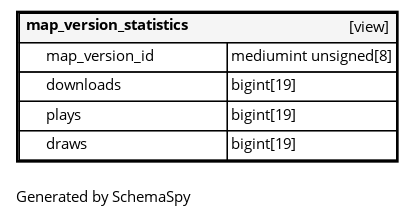
ta-forever/db keeps this Graphviz diagram as diagrams/tables/map_version_statistics.1degree.png. Above is the earlier version. Its source is kept beside it as diagrams/tables/map_version_statistics.1degree.dot.
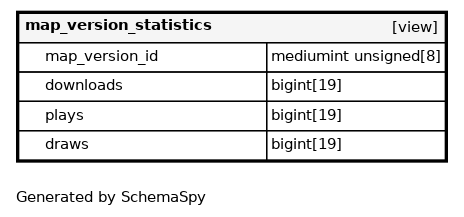
Later version of the same file.

Diff of the diagram source:
```diff
@@ -1,13 +1,13 @@
 digraph "oneDegreeRelationshipsDiagram" {
-  graph [    rankdir="RL"    bgcolor="#ffffff"    label="\nGenerated by SchemaSpy"    labeljust="l"    nodesep="0.18"    ranksep="0.46"    fontname="Helvetica"    fontsize="11"    ration="compress"  ];  node [    fontname="Helvetica"    fontsize="11"    shape="plaintext"  ];  edge [    arrowsize="0.8"  ];
+  graph [    rankdir="RL"    bgcolor="#ffffff"    label="\nGenerated by SchemaSpy"    labeljust="l"    nodesep="0.18"    ranksep="0.46"    fontname="Helvetica"    fontsize="11"    packmode="graph"  ];  node [    fontname="Helvetica"    fontsize="11"    shape="plaintext"  ];  edge [    arrowsize="0.8"  ];
   "map_version_statistics" [
    label=<
     <TABLE BORDER="2" CELLBORDER="1" CELLSPACING="0" BGCOLOR="#ffffff">
-      <TR><TD COLSPAN="4"  BGCOLOR="#f5f5f5"><TABLE BORDER="0" CELLSPACING="0"><TR><TD ALIGN="LEFT" FIXEDSIZE="TRUE" WIDTH="135" HEIGHT="16"><B>map_version_statistics</B></TD><TD ALIGN="RIGHT">[view]</TD></TR></TABLE></TD></TR>
-      <TR><TD PORT="map_version_id" COLSPAN="2" ALIGN="LEFT"><TABLE BORDER="0" CELLSPACING="0" ALIGN="LEFT"><TR ALIGN="LEFT"><TD ALIGN="LEFT" FIXEDSIZE="TRUE" WIDTH="15" HEIGHT="16"></TD><TD ALIGN="LEFT" FIXEDSIZE="TRUE" WIDTH="135" HEIGHT="16">map_version_id</TD></TR></TABLE></TD><TD PORT="map_version_id.type" ALIGN="LEFT">mediumint unsigned[8]</TD></TR>
-      <TR><TD PORT="downloads" COLSPAN="2" ALIGN="LEFT"><TABLE BORDER="0" CELLSPACING="0" ALIGN="LEFT"><TR ALIGN="LEFT"><TD ALIGN="LEFT" FIXEDSIZE="TRUE" WIDTH="15" HEIGHT="16"></TD><TD ALIGN="LEFT" FIXEDSIZE="TRUE" WIDTH="135" HEIGHT="16">downloads</TD></TR></TABLE></TD><TD PORT="downloads.type" ALIGN="LEFT">bigint[19]</TD></TR>
-      <TR><TD PORT="plays" COLSPAN="2" ALIGN="LEFT"><TABLE BORDER="0" CELLSPACING="0" ALIGN="LEFT"><TR ALIGN="LEFT"><TD ALIGN="LEFT" FIXEDSIZE="TRUE" WIDTH="15" HEIGHT="16"></TD><TD ALIGN="LEFT" FIXEDSIZE="TRUE" WIDTH="135" HEIGHT="16">plays</TD></TR></TABLE></TD><TD PORT="plays.type" ALIGN="LEFT">bigint[19]</TD></TR>
-      <TR><TD PORT="draws" COLSPAN="2" ALIGN="LEFT"><TABLE BORDER="0" CELLSPACING="0" ALIGN="LEFT"><TR ALIGN="LEFT"><TD ALIGN="LEFT" FIXEDSIZE="TRUE" WIDTH="15" HEIGHT="16"></TD><TD ALIGN="LEFT" FIXEDSIZE="TRUE" WIDTH="135" HEIGHT="16">draws</TD></TR></TABLE></TD><TD PORT="draws.type" ALIGN="LEFT">bigint[19]</TD></TR>
+      <TR><TD COLSPAN="4"  BGCOLOR="#f5f5f5"><TABLE BORDER="0" CELLSPACING="0"><TR><TD ALIGN="LEFT" FIXEDSIZE="TRUE" WIDTH="165" HEIGHT="16"><B>map_version_statistics</B></TD><TD ALIGN="RIGHT">[view]</TD></TR></TABLE></TD></TR>
+      <TR><TD PORT="map_version_id" COLSPAN="2" ALIGN="LEFT"><TABLE BORDER="0" CELLSPACING="0" ALIGN="LEFT"><TR ALIGN="LEFT"><TD ALIGN="LEFT" FIXEDSIZE="TRUE" WIDTH="15" HEIGHT="16"></TD><TD ALIGN="LEFT" FIXEDSIZE="TRUE" WIDTH="165" HEIGHT="16">map_version_id</TD></TR></TABLE></TD><TD PORT="map_version_id.type" ALIGN="LEFT">mediumint unsigned[8]</TD></TR>
+      <TR><TD PORT="downloads" COLSPAN="2" ALIGN="LEFT"><TABLE BORDER="0" CELLSPACING="0" ALIGN="LEFT"><TR ALIGN="LEFT"><TD ALIGN="LEFT" FIXEDSIZE="TRUE" WIDTH="15" HEIGHT="16"></TD><TD ALIGN="LEFT" FIXEDSIZE="TRUE" WIDTH="165" HEIGHT="16">downloads</TD></TR></TABLE></TD><TD PORT="downloads.type" ALIGN="LEFT">bigint[19]</TD></TR>
+      <TR><TD PORT="plays" COLSPAN="2" ALIGN="LEFT"><TABLE BORDER="0" CELLSPACING="0" ALIGN="LEFT"><TR ALIGN="LEFT"><TD ALIGN="LEFT" FIXEDSIZE="TRUE" WIDTH="15" HEIGHT="16"></TD><TD ALIGN="LEFT" FIXEDSIZE="TRUE" WIDTH="165" HEIGHT="16">plays</TD></TR></TABLE></TD><TD PORT="plays.type" ALIGN="LEFT">bigint[19]</TD></TR>
+      <TR><TD PORT="draws" COLSPAN="2" ALIGN="LEFT"><TABLE BORDER="0" CELLSPACING="0" ALIGN="LEFT"><TR ALIGN="LEFT"><TD ALIGN="LEFT" FIXEDSIZE="TRUE" WIDTH="15" HEIGHT="16"></TD><TD ALIGN="LEFT" FIXEDSIZE="TRUE" WIDTH="165" HEIGHT="16">draws</TD></TR></TABLE></TD><TD PORT="draws.type" ALIGN="LEFT">bigint[19]</TD></TR>
     </TABLE>>
     URL="map_version_statistics.html"
     target="_top"
```
